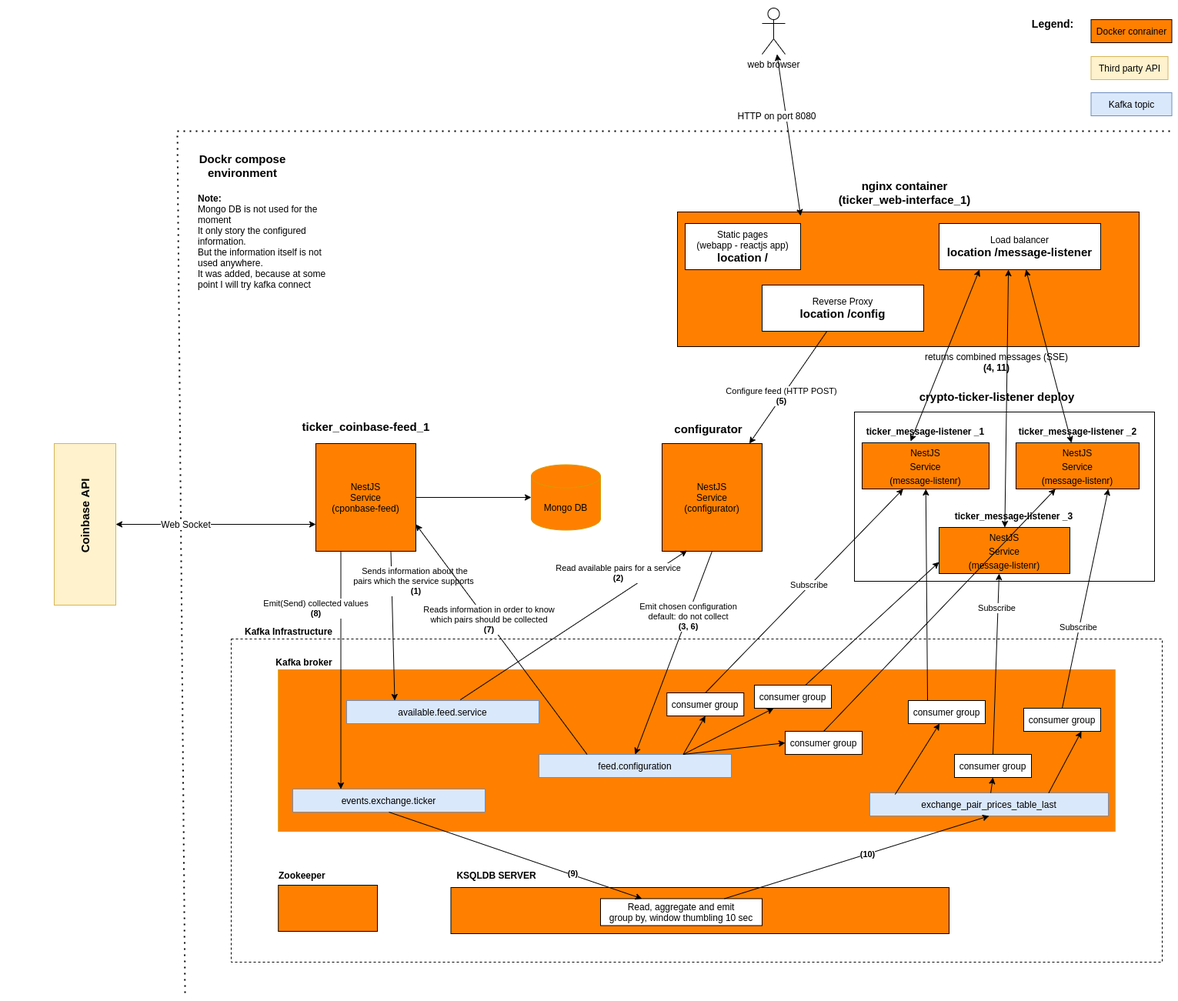
The draw.io diagram docker-compose-diagram.png in gmanolov-dev/nestjs-kafka_ksqldb, before a commit. Source tidied: cells renumbered, new cells last; positions are measured from the earlier drawing's top-left corner, leaving out a move shared by most shapes.
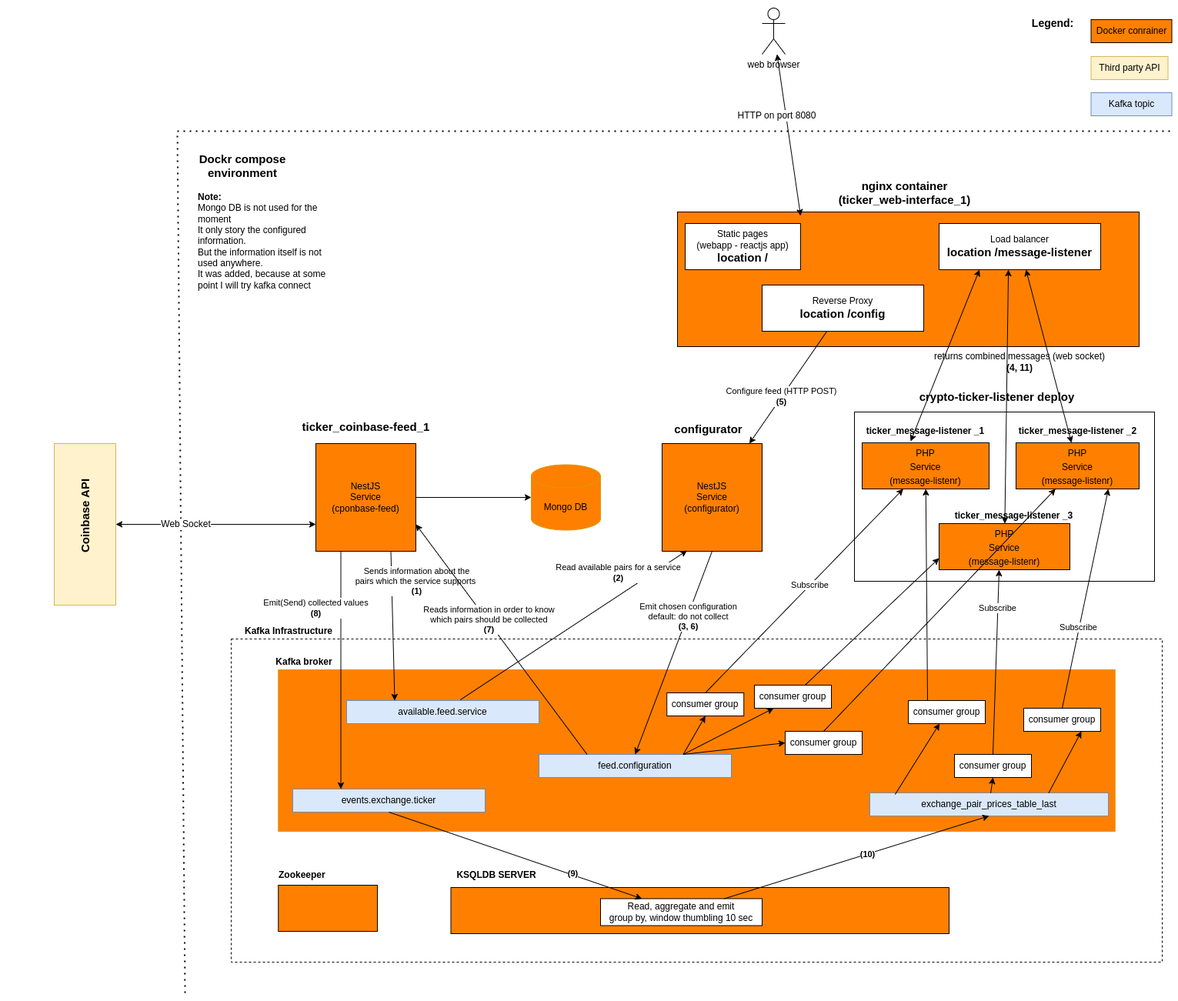
The same diagram one commit later.

Change to the diagram source:
```diff
@@ -37,13 +37,13 @@
     <mxCell id="11" value="crypto-ticker-listener deploy" style="text;html=1;strokeColor=none;fillColor=none;align=center;verticalAlign=middle;whiteSpace=wrap;rounded=0;fontSize=15;fontStyle=1;" parent="1" vertex="1">
       <mxGeometry x="1187.5" y="505" width="215" height="20" as="geometry" />
     </mxCell>
-    <mxCell id="12" value="&lt;span style=&quot;font-size: 12px&quot;&gt;NestJS&lt;/span&gt;&lt;br style=&quot;font-size: 12px&quot;&gt;&lt;span style=&quot;font-size: 12px&quot;&gt;Service&lt;/span&gt;&lt;br style=&quot;font-size: 12px&quot;&gt;&lt;span style=&quot;font-size: 12px&quot;&gt;(message-listenr)&lt;/span&gt;" style="rounded=0;whiteSpace=wrap;html=1;fontSize=15;fillColor=#FF8000;" parent="1" vertex="1">
+    <mxCell id="12" value="&lt;span style=&quot;font-size: 12px;&quot;&gt;PHP&lt;/span&gt;&lt;br style=&quot;font-size: 12px&quot;&gt;&lt;span style=&quot;font-size: 12px&quot;&gt;Service&lt;/span&gt;&lt;br style=&quot;font-size: 12px&quot;&gt;&lt;span style=&quot;font-size: 12px&quot;&gt;(message-listenr)&lt;/span&gt;" style="rounded=0;whiteSpace=wrap;html=1;fontSize=15;fillColor=#FF8000;" parent="1" vertex="1">
       <mxGeometry x="1120" y="575" width="165" height="60" as="geometry" />
     </mxCell>
-    <mxCell id="13" value="&lt;span style=&quot;font-size: 12px&quot;&gt;NestJS&lt;/span&gt;&lt;br style=&quot;font-size: 12px&quot;&gt;&lt;span style=&quot;font-size: 12px&quot;&gt;Service&lt;/span&gt;&lt;br style=&quot;font-size: 12px&quot;&gt;&lt;span style=&quot;font-size: 12px&quot;&gt;(message-listenr)&lt;/span&gt;" style="rounded=0;whiteSpace=wrap;html=1;fontSize=15;fillColor=#FF8000;" parent="1" vertex="1">
-      <mxGeometry x="1220" y="685" width="170" height="60" as="geometry" />
+    <mxCell id="13" value="&lt;span style=&quot;font-size: 12px&quot;&gt;PHP&lt;/span&gt;&lt;br style=&quot;font-size: 12px&quot;&gt;&lt;span style=&quot;font-size: 12px&quot;&gt;Service&lt;/span&gt;&lt;br style=&quot;font-size: 12px&quot;&gt;&lt;span style=&quot;font-size: 12px&quot;&gt;(message-listenr)&lt;/span&gt;" style="rounded=0;whiteSpace=wrap;html=1;fontSize=15;fillColor=#FF8000;" parent="1" vertex="1">
+      <mxGeometry x="1220" y="680" width="170" height="60" as="geometry" />
     </mxCell>
-    <mxCell id="14" value="&lt;span style=&quot;font-size: 12px&quot;&gt;NestJS&lt;/span&gt;&lt;br style=&quot;font-size: 12px&quot;&gt;&lt;span style=&quot;font-size: 12px&quot;&gt;Service&lt;/span&gt;&lt;br style=&quot;font-size: 12px&quot;&gt;&lt;span style=&quot;font-size: 12px&quot;&gt;(message-listenr)&lt;/span&gt;" style="rounded=0;whiteSpace=wrap;html=1;fontSize=15;fillColor=#FF8000;" parent="1" vertex="1">
+    <mxCell id="14" value="&lt;span style=&quot;font-size: 12px;&quot;&gt;PHP&lt;/span&gt;&lt;br style=&quot;font-size: 12px&quot;&gt;&lt;span style=&quot;font-size: 12px&quot;&gt;Service&lt;/span&gt;&lt;br style=&quot;font-size: 12px&quot;&gt;&lt;span style=&quot;font-size: 12px&quot;&gt;(message-listenr)&lt;/span&gt;" style="rounded=0;whiteSpace=wrap;html=1;fontSize=15;fillColor=#FF8000;" parent="1" vertex="1">
       <mxGeometry x="1320" y="575" width="160" height="60" as="geometry" />
     </mxCell>
     <mxCell id="15" value="ticker_message-listener _2" style="text;html=1;strokeColor=none;fillColor=none;align=center;verticalAlign=middle;whiteSpace=wrap;rounded=0;fontSize=12;fontStyle=1;" parent="1" vertex="1">
@@ -191,8 +191,8 @@
     <mxCell id="60" value="Configure feed (HTTP POST)&lt;br&gt;&lt;b&gt;(5)&lt;/b&gt;" style="edgeLabel;html=1;align=center;verticalAlign=middle;" parent="59" vertex="1">
       <mxGeometry x="0.16" y="-1" relative="1" as="geometry" />
     </mxCell>
-    <mxCell id="61" value="returns combined messages (SSE)&lt;br&gt;&lt;b&gt;(4, 11)&lt;/b&gt;" style="text;html=1;strokeColor=none;fillColor=none;align=center;verticalAlign=middle;whiteSpace=wrap;rounded=0;" parent="1" vertex="1">
-      <mxGeometry x="1200" y="460" width="190" height="20" as="geometry" />
+    <mxCell id="61" value="returns combined messages (web socket)&lt;br&gt;&lt;b&gt;(4, 11)&lt;/b&gt;" style="text;html=1;strokeColor=none;fillColor=none;align=center;verticalAlign=middle;whiteSpace=wrap;rounded=0;" parent="1" vertex="1">
+      <mxGeometry x="1200" y="460" width="250" height="20" as="geometry" />
     </mxCell>
     <mxCell id="62" value="feed.configuration&lt;br&gt;" style="rounded=0;whiteSpace=wrap;html=1;fillColor=#dae8fc;strokeColor=#6c8ebf;" parent="1" vertex="1">
       <mxGeometry x="700" y="980" width="250" height="30" as="geometry" />
```
